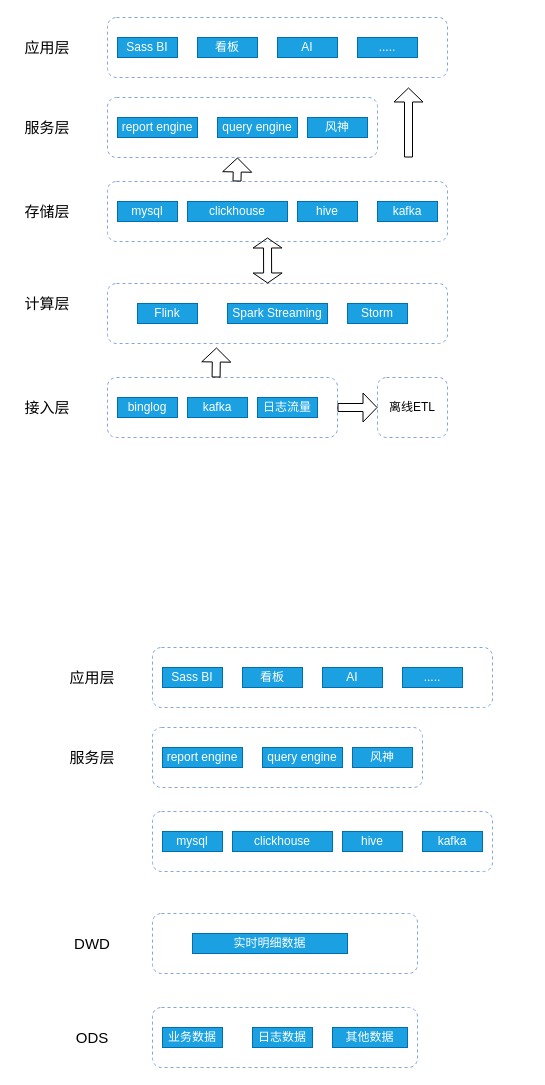
cicelprg/drawio keeps this draw.io diagram as realtime_data_warehouse.drawio. Above is the earlier version. Source tidied: cells renumbered, new cells numbered last; positions are measured from the earlier drawing's top-left corner, leaving out a move shared by most shapes. Both pictures are drawn from the tidied source at 100%, with x=0, y=0 at pixel (17, 17).
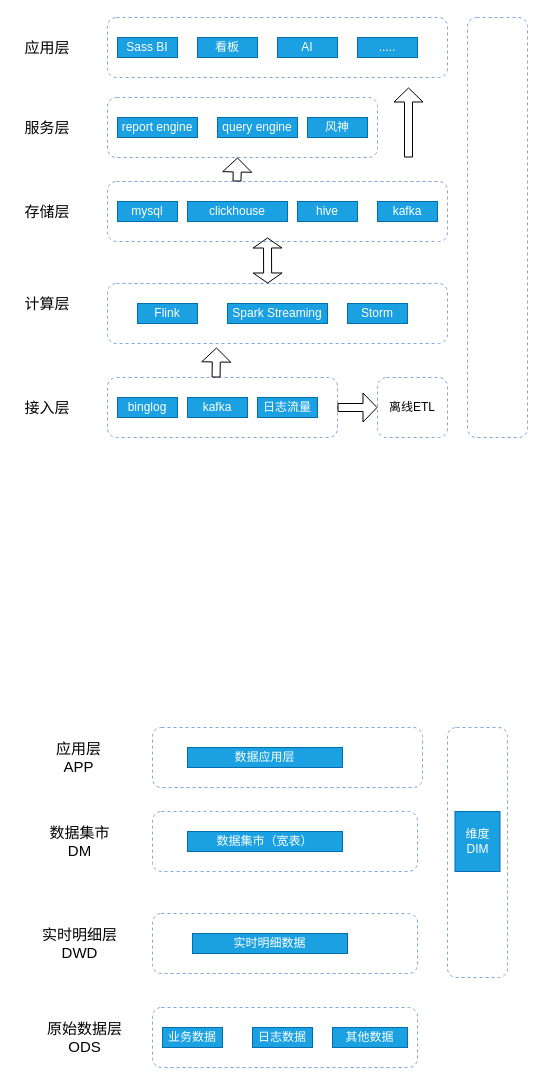
Above is the later version.

Diff of the diagram source:
```diff
@@
-    <mxCell id="38" value="&lt;span style=&quot;font-size: 15px&quot;&gt;ODS&lt;/span&gt;" style="text;html=1;strokeColor=none;fillColor=none;align=center;verticalAlign=middle;whiteSpace=wrap;rounded=0;" parent="1" vertex="1">
-      <mxGeometry x="45" y="1010" width="60" height="20" as="geometry" />
+    <mxCell id="38" value="&lt;span style=&quot;font-size: 15px&quot;&gt;原始数据层&lt;br&gt;ODS&lt;/span&gt;" style="text;html=1;strokeColor=none;fillColor=none;align=center;verticalAlign=middle;whiteSpace=wrap;rounded=0;" parent="1" vertex="1">
+      <mxGeometry x="20" y="1010" width="95" height="20" as="geometry" />
     </mxCell>
@@
     <mxCell id="41" style="rounded=1;whiteSpace=wrap;html=1;dashed=1;strokeColor=#7EA6E0;" parent="1" vertex="1">
-      <mxGeometry x="135" y="794" width="340" height="60" as="geometry" />
+      <mxGeometry x="135" y="794" width="265" height="60" as="geometry" />
     </mxCell>
-    <mxCell id="42" value="mysql" style="rounded=0;whiteSpace=wrap;html=1;strokeColor=#006EAF;fillColor=#1ba1e2;fontColor=#ffffff;" parent="1" vertex="1">
-      <mxGeometry x="145" y="814" width="60" height="20" as="geometry" />
-    </mxCell>
-    <mxCell id="43" value="clickhouse" style="rounded=0;whiteSpace=wrap;html=1;strokeColor=#006EAF;fillColor=#1ba1e2;fontColor=#ffffff;" parent="1" vertex="1">
-      <mxGeometry x="215" y="814" width="100" height="20" as="geometry" />
-    </mxCell>
-    <mxCell id="44" value="hive" style="rounded=0;whiteSpace=wrap;html=1;strokeColor=#006EAF;fillColor=#1ba1e2;fontColor=#ffffff;" parent="1" vertex="1">
-      <mxGeometry x="325" y="814" width="60" height="20" as="geometry" />
-    </mxCell>
-    <mxCell id="45" value="kafka" style="rounded=0;whiteSpace=wrap;html=1;strokeColor=#006EAF;fillColor=#1ba1e2;fontColor=#ffffff;" parent="1" vertex="1">
-      <mxGeometry x="405" y="814" width="60" height="20" as="geometry" />
-    </mxCell>
-    <mxCell id="46" value="&lt;span style=&quot;font-size: 15px&quot;&gt;服务层&lt;/span&gt;" style="text;html=1;strokeColor=none;fillColor=none;align=center;verticalAlign=middle;whiteSpace=wrap;rounded=0;" parent="1" vertex="1">
-      <mxGeometry x="45" y="730" width="60" height="20" as="geometry" />
+    <mxCell id="46" value="&lt;span style=&quot;font-size: 15px&quot;&gt;数据集市&lt;br&gt;DM&lt;/span&gt;" style="text;html=1;strokeColor=none;fillColor=none;align=center;verticalAlign=middle;whiteSpace=wrap;rounded=0;" parent="1" vertex="1">
+      <mxGeometry x="20" y="814" width="85" height="20" as="geometry" />
     </mxCell>
@@
-    <mxCell id="48" value="report engine" style="rounded=0;whiteSpace=wrap;html=1;strokeColor=#006EAF;fillColor=#1ba1e2;fontColor=#ffffff;" parent="1" vertex="1">
-      <mxGeometry x="145" y="730" width="80" height="20" as="geometry" />
-    </mxCell>
-    <mxCell id="49" value="query engine" style="rounded=0;whiteSpace=wrap;html=1;strokeColor=#006EAF;fillColor=#1ba1e2;fontColor=#ffffff;" parent="1" vertex="1">
-      <mxGeometry x="245" y="730" width="80" height="20" as="geometry" />
-    </mxCell>
-    <mxCell id="50" value="风神" style="rounded=0;whiteSpace=wrap;html=1;strokeColor=#006EAF;fillColor=#1ba1e2;fontColor=#ffffff;" parent="1" vertex="1">
-      <mxGeometry x="335" y="730" width="60" height="20" as="geometry" />
-    </mxCell>
-    <mxCell id="51" value="&lt;span style=&quot;font-size: 15px&quot;&gt;应用层&lt;/span&gt;" style="text;html=1;strokeColor=none;fillColor=none;align=center;verticalAlign=middle;whiteSpace=wrap;rounded=0;" parent="1" vertex="1">
-      <mxGeometry x="45" y="650" width="60" height="20" as="geometry" />
-    </mxCell>
-    <mxCell id="52" style="rounded=1;whiteSpace=wrap;html=1;dashed=1;strokeColor=#7EA6E0;" parent="1" vertex="1">
-      <mxGeometry x="135" y="630" width="340" height="60" as="geometry" />
-    </mxCell>
-    <mxCell id="53" value="Sass BI" style="rounded=0;whiteSpace=wrap;html=1;strokeColor=#006EAF;fillColor=#1ba1e2;fontColor=#ffffff;" parent="1" vertex="1">
-      <mxGeometry x="145" y="650" width="60" height="20" as="geometry" />
-    </mxCell>
-    <mxCell id="54" value="看板" style="rounded=0;whiteSpace=wrap;html=1;strokeColor=#006EAF;fillColor=#1ba1e2;fontColor=#ffffff;" parent="1" vertex="1">
-      <mxGeometry x="225" y="650" width="60" height="20" as="geometry" />
-    </mxCell>
-    <mxCell id="55" value="AI" style="rounded=0;whiteSpace=wrap;html=1;strokeColor=#006EAF;fillColor=#1ba1e2;fontColor=#ffffff;" parent="1" vertex="1">
-      <mxGeometry x="305" y="650" width="60" height="20" as="geometry" />
-    </mxCell>
-    <mxCell id="56" value="....." style="rounded=0;whiteSpace=wrap;html=1;strokeColor=#006EAF;fillColor=#1ba1e2;fontColor=#ffffff;" parent="1" vertex="1">
-      <mxGeometry x="385" y="650" width="60" height="20" as="geometry" />
-    </mxCell>
-    <mxCell id="57" value="&lt;span style=&quot;font-size: 15px&quot;&gt;DWD&lt;/span&gt;" style="text;html=1;strokeColor=none;fillColor=none;align=center;verticalAlign=middle;whiteSpace=wrap;rounded=0;" parent="1" vertex="1">
-      <mxGeometry x="45" y="916" width="60" height="20" as="geometry" />
+    <mxCell id="57" value="&lt;span style=&quot;font-size: 15px&quot;&gt;实时明细层&lt;br&gt;DWD&lt;/span&gt;" style="text;html=1;strokeColor=none;fillColor=none;align=center;verticalAlign=middle;whiteSpace=wrap;rounded=0;" parent="1" vertex="1">
+      <mxGeometry x="20" y="916" width="85" height="20" as="geometry" />
     </mxCell>
@@
+    <mxCell id="59" value="数据集市（宽表）" style="rounded=0;whiteSpace=wrap;html=1;strokeColor=#006EAF;fillColor=#1ba1e2;fontColor=#ffffff;" parent="1" vertex="1">
+      <mxGeometry x="170" y="814" width="155" height="20" as="geometry" />
+    </mxCell>
+    <mxCell id="60" value="&lt;span style=&quot;font-size: 15px&quot;&gt;应用层&lt;br&gt;APP&lt;/span&gt;" style="text;html=1;strokeColor=none;fillColor=none;align=center;verticalAlign=middle;whiteSpace=wrap;rounded=0;" parent="1" vertex="1">
+      <mxGeometry x="30" y="730" width="62.5" height="20" as="geometry" />
+    </mxCell>
+    <mxCell id="61" value="数据应用层" style="rounded=0;whiteSpace=wrap;html=1;strokeColor=#006EAF;fillColor=#1ba1e2;fontColor=#ffffff;" parent="1" vertex="1">
+      <mxGeometry x="170" y="730" width="155" height="20" as="geometry" />
+    </mxCell>
+    <mxCell id="62" style="rounded=1;whiteSpace=wrap;html=1;dashed=1;strokeColor=#7EA6E0;" parent="1" vertex="1">
+      <mxGeometry x="430" y="710" width="60" height="250" as="geometry" />
+    </mxCell>
+    <mxCell id="63" value="维度&lt;br&gt;DIM" style="rounded=0;whiteSpace=wrap;html=1;strokeColor=#006EAF;fillColor=#1ba1e2;fontColor=#ffffff;" parent="1" vertex="1">
+      <mxGeometry x="437.5" y="794" width="45" height="60" as="geometry" />
+    </mxCell>
+    <mxCell id="64" style="rounded=1;whiteSpace=wrap;html=1;dashed=1;strokeColor=#7EA6E0;" parent="1" vertex="1">
+      <mxGeometry x="450" width="60" height="420" as="geometry" />
+    </mxCell>
```
